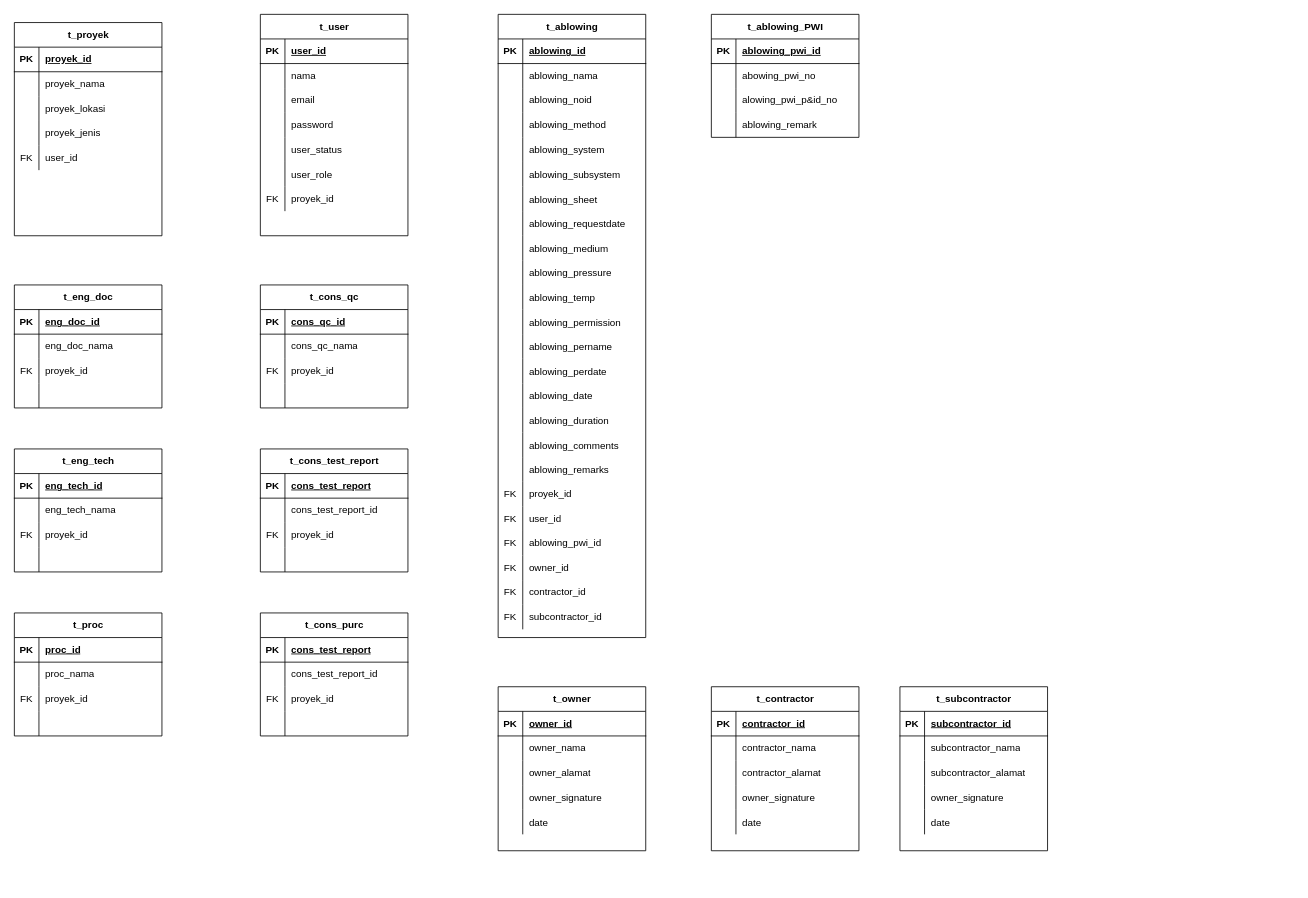
This is CommissioningWIKA.drawio from ukisatriana/Flow-serv, a draw.io file, before an edit. Source tidied: cells renumbered, new cells numbered last; positions are measured from the earlier drawing's top-left corner, leaving out a move shared by most shapes. Both pictures are drawn from the tidied source at 82%, with x=0, y=0 at pixel (14, 14).
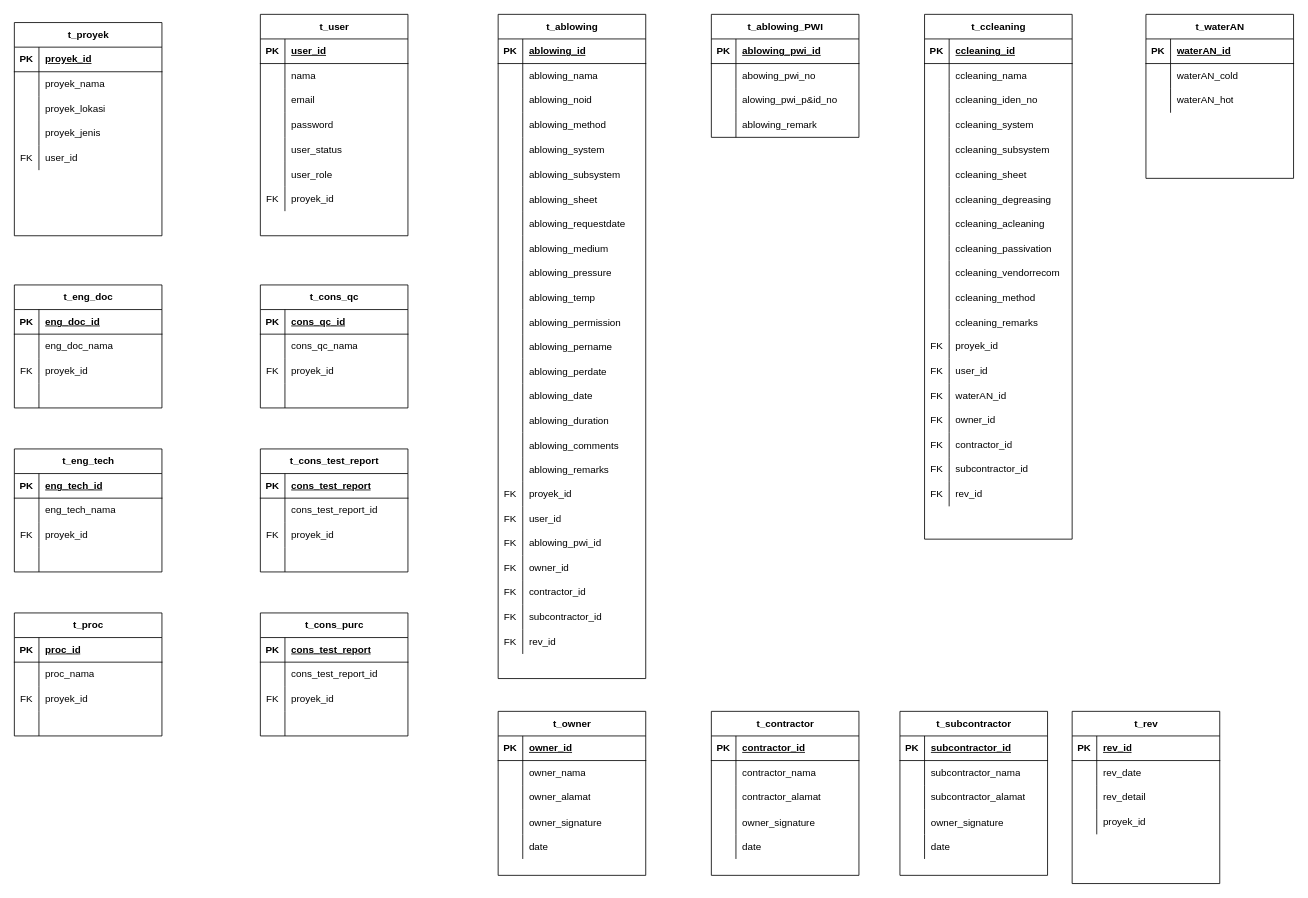
Above is the later version.

Change to the diagram source:
```diff
@@
     <mxCell id="118" value="t_ablowing" style="shape=table;startSize=30;childLayout=tableLayout;rowLines=0;fontStyle=1;align=center;html=1;" parent="1" vertex="1">
-      <mxGeometry x="590" width="180" height="760" as="geometry" />
+      <mxGeometry x="590" width="180" height="810" as="geometry" />
     </mxCell>
@@
+    <mxCell id="252" style="shape=tableRow;horizontal=0;startSize=0;swimlaneHead=0;swimlaneBody=0;fillColor=none;top=0;left=0;right=0;bottom=0;" parent="118" vertex="1">
+      <mxGeometry y="750" width="180" height="30" as="geometry" />
+    </mxCell>
+    <mxCell id="253" value="FK" style="shape=partialRectangle;fillColor=none;top=0;left=0;bottom=0;right=0;fontStyle=0;overflow=hidden;whiteSpace=wrap;html=1;" parent="252" vertex="1">
+      <mxGeometry width="30" height="30" as="geometry" />
+    </mxCell>
+    <mxCell id="254" value="rev_id" style="shape=partialRectangle;fillColor=none;top=0;left=0;bottom=0;right=0;align=left;spacingLeft=6;fontStyle=0;overflow=hidden;whiteSpace=wrap;html=1;" parent="252" vertex="1">
+      <mxGeometry x="30" width="150" height="30" as="geometry" />
+    </mxCell>
@@
     <mxCell id="204" value="t_owner" style="shape=table;startSize=30;childLayout=tableLayout;rowLines=0;fontStyle=1;align=center;html=1;" parent="1" vertex="1">
-      <mxGeometry x="590" y="820" width="180" height="200" as="geometry" />
+      <mxGeometry x="590" y="850" width="180" height="200" as="geometry" />
     </mxCell>
@@
     <mxCell id="220" value="t_contractor" style="shape=table;startSize=30;childLayout=tableLayout;rowLines=0;fontStyle=1;align=center;html=1;" parent="1" vertex="1">
-      <mxGeometry x="850" y="820" width="180" height="200" as="geometry" />
+      <mxGeometry x="850" y="850" width="180" height="200" as="geometry" />
     </mxCell>
@@
     <mxCell id="236" value="t_subcontractor" style="shape=table;startSize=30;childLayout=tableLayout;rowLines=0;fontStyle=1;align=center;html=1;" parent="1" vertex="1">
-      <mxGeometry x="1080" y="820" width="180" height="200" as="geometry" />
+      <mxGeometry x="1080" y="850" width="180" height="200" as="geometry" />
     </mxCell>
@@
+    <mxCell id="255" value="t_rev" style="shape=table;startSize=30;childLayout=tableLayout;rowLines=0;fontStyle=1;align=center;html=1;" parent="1" vertex="1">
+      <mxGeometry x="1290" y="850" width="180" height="210" as="geometry" />
+    </mxCell>
+    <mxCell id="256" style="shape=tableRow;horizontal=0;startSize=0;swimlaneHead=0;swimlaneBody=0;fillColor=none;top=0;left=0;right=0;bottom=1;" parent="255" vertex="1">
+      <mxGeometry y="30" width="180" height="30" as="geometry" />
+    </mxCell>
+    <mxCell id="257" value="PK" style="shape=partialRectangle;fillColor=none;top=0;left=0;bottom=0;right=0;fontStyle=1;overflow=hidden;whiteSpace=wrap;html=1;" parent="256" vertex="1">
+      <mxGeometry width="30" height="30" as="geometry" />
+    </mxCell>
+    <mxCell id="258" value="rev_id" style="shape=partialRectangle;fillColor=none;top=0;left=0;bottom=0;right=0;align=left;spacingLeft=6;fontStyle=5;overflow=hidden;whiteSpace=wrap;html=1;" parent="256" vertex="1">
+      <mxGeometry x="30" width="150" height="30" as="geometry" />
+    </mxCell>
+    <mxCell id="259" style="shape=tableRow;horizontal=0;startSize=0;swimlaneHead=0;swimlaneBody=0;fillColor=none;top=0;left=0;right=0;bottom=0;" parent="255" vertex="1">
+      <mxGeometry y="60" width="180" height="30" as="geometry" />
+    </mxCell>
+    <mxCell id="260" style="shape=partialRectangle;fillColor=none;top=0;left=0;bottom=0;right=0;overflow=hidden;whiteSpace=wrap;html=1;" parent="259" vertex="1">
+      <mxGeometry width="30" height="30" as="geometry" />
+    </mxCell>
+    <mxCell id="261" value="rev_date" style="shape=partialRectangle;fillColor=none;top=0;left=0;bottom=0;right=0;align=left;spacingLeft=6;overflow=hidden;whiteSpace=wrap;html=1;" parent="259" vertex="1">
+      <mxGeometry x="30" width="150" height="30" as="geometry" />
+    </mxCell>
+    <mxCell id="262" style="shape=tableRow;horizontal=0;startSize=0;swimlaneHead=0;swimlaneBody=0;fillColor=none;top=0;left=0;right=0;bottom=0;" parent="255" vertex="1">
+      <mxGeometry y="90" width="180" height="30" as="geometry" />
+    </mxCell>
+    <mxCell id="263" style="shape=partialRectangle;fillColor=none;top=0;left=0;bottom=0;right=0;overflow=hidden;whiteSpace=wrap;html=1;" parent="262" vertex="1">
+      <mxGeometry width="30" height="30" as="geometry" />
+    </mxCell>
+    <mxCell id="264" value="rev_detail" style="shape=partialRectangle;fillColor=none;top=0;left=0;bottom=0;right=0;align=left;spacingLeft=6;overflow=hidden;whiteSpace=wrap;html=1;" parent="262" vertex="1">
+      <mxGeometry x="30" width="150" height="30" as="geometry" />
+    </mxCell>
+    <mxCell id="265" style="shape=tableRow;horizontal=0;startSize=0;swimlaneHead=0;swimlaneBody=0;fillColor=none;top=0;left=0;right=0;bottom=0;" parent="255" vertex="1">
+      <mxGeometry y="120" width="180" height="30" as="geometry" />
+    </mxCell>
+    <mxCell id="266" style="shape=partialRectangle;fillColor=none;top=0;left=0;bottom=0;right=0;overflow=hidden;whiteSpace=wrap;html=1;" parent="265" vertex="1">
+      <mxGeometry width="30" height="30" as="geometry" />
+    </mxCell>
+    <mxCell id="267" value="proyek_id" style="shape=partialRectangle;fillColor=none;top=0;left=0;bottom=0;right=0;align=left;spacingLeft=6;overflow=hidden;whiteSpace=wrap;html=1;" parent="265" vertex="1">
+      <mxGeometry x="30" width="150" height="30" as="geometry" />
+    </mxCell>
+    <mxCell id="268" value="t_ccleaning" style="shape=table;startSize=30;childLayout=tableLayout;rowLines=0;fontStyle=1;align=center;html=1;" parent="1" vertex="1">
+      <mxGeometry x="1110" width="180" height="640" as="geometry" />
+    </mxCell>
+    <mxCell id="269" style="shape=tableRow;horizontal=0;startSize=0;swimlaneHead=0;swimlaneBody=0;fillColor=none;top=0;left=0;right=0;bottom=1;" parent="268" vertex="1">
+      <mxGeometry y="30" width="180" height="30" as="geometry" />
+    </mxCell>
+    <mxCell id="270" value="PK" style="shape=partialRectangle;fillColor=none;top=0;left=0;bottom=0;right=0;fontStyle=1;overflow=hidden;whiteSpace=wrap;html=1;" parent="269" vertex="1">
+      <mxGeometry width="30" height="30" as="geometry" />
+    </mxCell>
+    <mxCell id="271" value="ccleaning_id" style="shape=partialRectangle;fillColor=none;top=0;left=0;bottom=0;right=0;align=left;spacingLeft=6;fontStyle=5;overflow=hidden;whiteSpace=wrap;html=1;" parent="269" vertex="1">
+      <mxGeometry x="30" width="150" height="30" as="geometry" />
+    </mxCell>
+    <mxCell id="272" style="shape=tableRow;horizontal=0;startSize=0;swimlaneHead=0;swimlaneBody=0;fillColor=none;top=0;left=0;right=0;bottom=0;" parent="268" vertex="1">
+      <mxGeometry y="60" width="180" height="30" as="geometry" />
+    </mxCell>
+    <mxCell id="273" style="shape=partialRectangle;fillColor=none;top=0;left=0;bottom=0;right=0;overflow=hidden;whiteSpace=wrap;html=1;" parent="272" vertex="1">
+      <mxGeometry width="30" height="30" as="geometry" />
+    </mxCell>
+    <mxCell id="274" value="ccleaning_nama" style="shape=partialRectangle;fillColor=none;top=0;left=0;bottom=0;right=0;align=left;spacingLeft=6;overflow=hidden;whiteSpace=wrap;html=1;" parent="272" vertex="1">
+      <mxGeometry x="30" width="150" height="30" as="geometry" />
+    </mxCell>
+    <mxCell id="275" style="shape=tableRow;horizontal=0;startSize=0;swimlaneHead=0;swimlaneBody=0;fillColor=none;top=0;left=0;right=0;bottom=0;" parent="268" vertex="1">
+      <mxGeometry y="90" width="180" height="30" as="geometry" />
+    </mxCell>
+    <mxCell id="276" style="shape=partialRectangle;fillColor=none;top=0;left=0;bottom=0;right=0;overflow=hidden;whiteSpace=wrap;html=1;" parent="275" vertex="1">
+      <mxGeometry width="30" height="30" as="geometry" />
+    </mxCell>
+    <mxCell id="277" value="ccleaning_iden_no" style="shape=partialRectangle;fillColor=none;top=0;left=0;bottom=0;right=0;align=left;spacingLeft=6;overflow=hidden;whiteSpace=wrap;html=1;" parent="275" vertex="1">
+      <mxGeometry x="30" width="150" height="30" as="geometry" />
+    </mxCell>
+    <mxCell id="278" style="shape=tableRow;horizontal=0;startSize=0;swimlaneHead=0;swimlaneBody=0;fillColor=none;top=0;left=0;right=0;bottom=0;" parent="268" vertex="1">
+      <mxGeometry y="120" width="180" height="30" as="geometry" />
+    </mxCell>
+    <mxCell id="279" style="shape=partialRectangle;fillColor=none;top=0;left=0;bottom=0;right=0;overflow=hidden;whiteSpace=wrap;html=1;" parent="278" vertex="1">
+      <mxGeometry width="30" height="30" as="geometry" />
+    </mxCell>
+    <mxCell id="280" value="ccleaning_system" style="shape=partialRectangle;fillColor=none;top=0;left=0;bottom=0;right=0;align=left;spacingLeft=6;overflow=hidden;whiteSpace=wrap;html=1;" parent="278" vertex="1">
+      <mxGeometry x="30" width="150" height="30" as="geometry" />
+    </mxCell>
+    <mxCell id="281" style="shape=tableRow;horizontal=0;startSize=0;swimlaneHead=0;swimlaneBody=0;fillColor=none;top=0;left=0;right=0;bottom=0;" parent="268" vertex="1">
+      <mxGeometry y="150" width="180" height="30" as="geometry" />
+    </mxCell>
+    <mxCell id="282" style="shape=partialRectangle;fillColor=none;top=0;left=0;bottom=0;right=0;overflow=hidden;" parent="281" vertex="1">
+      <mxGeometry width="30" height="30" as="geometry" />
+    </mxCell>
+    <mxCell id="283" value="ccleaning_subsystem" style="shape=partialRectangle;fillColor=none;top=0;left=0;bottom=0;right=0;align=left;spacingLeft=6;overflow=hidden;" parent="281" vertex="1">
+      <mxGeometry x="30" width="150" height="30" as="geometry" />
+    </mxCell>
+    <mxCell id="284" style="shape=tableRow;horizontal=0;startSize=0;swimlaneHead=0;swimlaneBody=0;fillColor=none;top=0;left=0;right=0;bottom=0;" parent="268" vertex="1">
+      <mxGeometry y="180" width="180" height="30" as="geometry" />
+    </mxCell>
+    <mxCell id="285" style="shape=partialRectangle;fillColor=none;top=0;left=0;bottom=0;right=0;overflow=hidden;" parent="284" vertex="1">
+      <mxGeometry width="30" height="30" as="geometry" />
+    </mxCell>
+    <mxCell id="286" value="ccleaning_sheet" style="shape=partialRectangle;fillColor=none;top=0;left=0;bottom=0;right=0;align=left;spacingLeft=6;overflow=hidden;" parent="284" vertex="1">
+      <mxGeometry x="30" width="150" height="30" as="geometry" />
+    </mxCell>
+    <mxCell id="287" style="shape=tableRow;horizontal=0;startSize=0;swimlaneHead=0;swimlaneBody=0;fillColor=none;top=0;left=0;right=0;bottom=0;" parent="268" vertex="1">
+      <mxGeometry y="210" width="180" height="30" as="geometry" />
+    </mxCell>
+    <mxCell id="288" style="shape=partialRectangle;fillColor=none;top=0;left=0;bottom=0;right=0;overflow=hidden;" parent="287" vertex="1">
+      <mxGeometry width="30" height="30" as="geometry" />
+    </mxCell>
+    <mxCell id="289" value="ccleaning_degreasing" style="shape=partialRectangle;fillColor=none;top=0;left=0;bottom=0;right=0;align=left;spacingLeft=6;overflow=hidden;" parent="287" vertex="1">
+      <mxGeometry x="30" width="150" height="30" as="geometry" />
+    </mxCell>
+    <mxCell id="290" style="shape=tableRow;horizontal=0;startSize=0;swimlaneHead=0;swimlaneBody=0;fillColor=none;top=0;left=0;right=0;bottom=0;" parent="268" vertex="1">
+      <mxGeometry y="240" width="180" height="30" as="geometry" />
+    </mxCell>
+    <mxCell id="291" style="shape=partialRectangle;fillColor=none;top=0;left=0;bottom=0;right=0;overflow=hidden;" parent="290" vertex="1">
+      <mxGeometry width="30" height="30" as="geometry" />
+    </mxCell>
+    <mxCell id="292" value="ccleaning_acleaning" style="shape=partialRectangle;fillColor=none;top=0;left=0;bottom=0;right=0;align=left;spacingLeft=6;overflow=hidden;" parent="290" vertex="1">
+      <mxGeometry x="30" width="150" height="30" as="geometry" />
+    </mxCell>
+    <mxCell id="293" style="shape=tableRow;horizontal=0;startSize=0;swimlaneHead=0;swimlaneBody=0;fillColor=none;top=0;left=0;right=0;bottom=0;" parent="268" vertex="1">
+      <mxGeometry y="270" width="180" height="30" as="geometry" />
+    </mxCell>
+    <mxCell id="294" style="shape=partialRectangle;fillColor=none;top=0;left=0;bottom=0;right=0;overflow=hidden;" parent="293" vertex="1">
+      <mxGeometry width="30" height="30" as="geometry" />
+    </mxCell>
+    <mxCell id="295" value="ccleaning_passivation" style="shape=partialRectangle;fillColor=none;top=0;left=0;bottom=0;right=0;align=left;spacingLeft=6;overflow=hidden;" parent="293" vertex="1">
+      <mxGeometry x="30" width="150" height="30" as="geometry" />
+    </mxCell>
+    <mxCell id="296" style="shape=tableRow;horizontal=0;startSize=0;swimlaneHead=0;swimlaneBody=0;fillColor=none;top=0;left=0;right=0;bottom=0;" parent="268" vertex="1">
+      <mxGeometry y="300" width="180" height="30" as="geometry" />
+    </mxCell>
+    <mxCell id="297" style="shape=partialRectangle;fillColor=none;top=0;left=0;bottom=0;right=0;overflow=hidden;" parent="296" vertex="1">
+      <mxGeometry width="30" height="30" as="geometry" />
+    </mxCell>
+    <mxCell id="298" value="ccleaning_vendorrecom" style="shape=partialRectangle;fillColor=none;top=0;left=0;bottom=0;right=0;align=left;spacingLeft=6;overflow=hidden;" parent="296" vertex="1">
+      <mxGeometry x="30" width="150" height="30" as="geometry" />
+    </mxCell>
+    <mxCell id="299" style="shape=tableRow;horizontal=0;startSize=0;swimlaneHead=0;swimlaneBody=0;fillColor=none;top=0;left=0;right=0;bottom=0;" parent="268" vertex="1">
+      <mxGeometry y="330" width="180" height="30" as="geometry" />
+    </mxCell>
+    <mxCell id="300" style="shape=partialRectangle;fillColor=none;top=0;left=0;bottom=0;right=0;overflow=hidden;" parent="299" vertex="1">
+      <mxGeometry width="30" height="30" as="geometry" />
+    </mxCell>
+    <mxCell id="301" value="ccleaning_method" style="shape=partialRectangle;fillColor=none;top=0;left=0;bottom=0;right=0;align=left;spacingLeft=6;overflow=hidden;" parent="299" vertex="1">
+      <mxGeometry x="30" width="150" height="30" as="geometry" />
+    </mxCell>
+    <mxCell id="302" style="shape=tableRow;horizontal=0;startSize=0;swimlaneHead=0;swimlaneBody=0;fillColor=none;top=0;left=0;right=0;bottom=0;" parent="268" vertex="1">
+      <mxGeometry y="360" width="180" height="30" as="geometry" />
+    </mxCell>
+    <mxCell id="303" style="shape=partialRectangle;fillColor=none;top=0;left=0;bottom=0;right=0;overflow=hidden;" parent="302" vertex="1">
+      <mxGeometry width="30" height="30" as="geometry" />
+    </mxCell>
+    <mxCell id="304" value="ccleaning_remarks" style="shape=partialRectangle;fillColor=none;top=0;left=0;bottom=0;right=0;align=left;spacingLeft=6;overflow=hidden;" parent="302" vertex="1">
+      <mxGeometry x="30" width="150" height="30" as="geometry" />
+    </mxCell>
+    <mxCell id="305" style="shape=tableRow;horizontal=0;startSize=0;swimlaneHead=0;swimlaneBody=0;fillColor=none;top=0;left=0;right=0;bottom=0;" parent="268" vertex="1">
+      <mxGeometry y="390" width="180" height="30" as="geometry" />
+    </mxCell>
+    <mxCell id="306" value="FK" style="shape=partialRectangle;fillColor=none;top=0;left=0;bottom=0;right=0;fontStyle=0;overflow=hidden;whiteSpace=wrap;html=1;" parent="305" vertex="1">
+      <mxGeometry width="30" height="30" as="geometry" />
+    </mxCell>
+    <mxCell id="307" value="proyek_id" style="shape=partialRectangle;fillColor=none;top=0;left=0;bottom=0;right=0;align=left;spacingLeft=6;fontStyle=0;overflow=hidden;whiteSpace=wrap;html=1;" parent="305" vertex="1">
+      <mxGeometry x="30" width="150" height="30" as="geometry" />
+    </mxCell>
+    <mxCell id="308" style="shape=tableRow;horizontal=0;startSize=0;swimlaneHead=0;swimlaneBody=0;fillColor=none;top=0;left=0;right=0;bottom=0;" parent="268" vertex="1">
+      <mxGeometry y="420" width="180" height="30" as="geometry" />
+    </mxCell>
+    <mxCell id="309" value="FK" style="shape=partialRectangle;fillColor=none;top=0;left=0;bottom=0;right=0;fontStyle=0;overflow=hidden;whiteSpace=wrap;html=1;" parent="308" vertex="1">
+      <mxGeometry width="30" height="30" as="geometry" />
+    </mxCell>
+    <mxCell id="310" value="user_id" style="shape=partialRectangle;fillColor=none;top=0;left=0;bottom=0;right=0;align=left;spacingLeft=6;fontStyle=0;overflow=hidden;whiteSpace=wrap;html=1;" parent="308" vertex="1">
+      <mxGeometry x="30" width="150" height="30" as="geometry" />
+    </mxCell>
+    <mxCell id="311" style="shape=tableRow;horizontal=0;startSize=0;swimlaneHead=0;swimlaneBody=0;fillColor=none;top=0;left=0;right=0;bottom=0;" parent="268" vertex="1">
+      <mxGeometry y="450" width="180" height="30" as="geometry" />
+    </mxCell>
+    <mxCell id="312" value="FK" style="shape=partialRectangle;fillColor=none;top=0;left=0;bottom=0;right=0;fontStyle=0;overflow=hidden;whiteSpace=wrap;html=1;" parent="311" vertex="1">
+      <mxGeometry width="30" height="30" as="geometry" />
+    </mxCell>
+    <mxCell id="313" value="waterAN_id" style="shape=partialRectangle;fillColor=none;top=0;left=0;bottom=0;right=0;align=left;spacingLeft=6;fontStyle=0;overflow=hidden;whiteSpace=wrap;html=1;" parent="311" vertex="1">
+      <mxGeometry x="30" width="150" height="30" as="geometry" />
+    </mxCell>
+    <mxCell id="314" style="shape=tableRow;horizontal=0;startSize=0;swimlaneHead=0;swimlaneBody=0;fillColor=none;top=0;left=0;right=0;bottom=0;" parent="268" vertex="1">
+      <mxGeometry y="480" width="180" height="30" as="geometry" />
+    </mxCell>
+    <mxCell id="315" value="FK" style="shape=partialRectangle;fillColor=none;top=0;left=0;bottom=0;right=0;fontStyle=0;overflow=hidden;whiteSpace=wrap;html=1;" parent="314" vertex="1">
+      <mxGeometry width="30" height="30" as="geometry" />
+    </mxCell>
+    <mxCell id="316" value="owner_id" style="shape=partialRectangle;fillColor=none;top=0;left=0;bottom=0;right=0;align=left;spacingLeft=6;fontStyle=0;overflow=hidden;whiteSpace=wrap;html=1;" parent="314" vertex="1">
+      <mxGeometry x="30" width="150" height="30" as="geometry" />
+    </mxCell>
+    <mxCell id="317" style="shape=tableRow;horizontal=0;startSize=0;swimlaneHead=0;swimlaneBody=0;fillColor=none;top=0;left=0;right=0;bottom=0;" parent="268" vertex="1">
+      <mxGeometry y="510" width="180" height="30" as="geometry" />
+    </mxCell>
+    <mxCell id="318" value="FK" style="shape=partialRectangle;fillColor=none;top=0;left=0;bottom=0;right=0;fontStyle=0;overflow=hidden;whiteSpace=wrap;html=1;" parent="317" vertex="1">
+      <mxGeometry width="30" height="30" as="geometry" />
+    </mxCell>
+    <mxCell id="319" value="contractor_id" style="shape=partialRectangle;fillColor=none;top=0;left=0;bottom=0;right=0;align=left;spacingLeft=6;fontStyle=0;overflow=hidden;whiteSpace=wrap;html=1;" parent="317" vertex="1">
+      <mxGeometry x="30" width="150" height="30" as="geometry" />
+    </mxCell>
+    <mxCell id="320" style="shape=tableRow;horizontal=0;startSize=0;swimlaneHead=0;swimlaneBody=0;fillColor=none;top=0;left=0;right=0;bottom=0;" parent="268" vertex="1">
+      <mxGeometry y="540" width="180" height="30" as="geometry" />
+    </mxCell>
+    <mxCell id="321" value="FK" style="shape=partialRectangle;fillColor=none;top=0;left=0;bottom=0;right=0;fontStyle=0;overflow=hidden;whiteSpace=wrap;html=1;" parent="320" vertex="1">
+      <mxGeometry width="30" height="30" as="geometry" />
+    </mxCell>
+    <mxCell id="322" value="subcontractor_id" style="shape=partialRectangle;fillColor=none;top=0;left=0;bottom=0;right=0;align=left;spacingLeft=6;fontStyle=0;overflow=hidden;whiteSpace=wrap;html=1;" parent="320" vertex="1">
+      <mxGeometry x="30" width="150" height="30" as="geometry" />
+    </mxCell>
+    <mxCell id="323" style="shape=tableRow;horizontal=0;startSize=0;swimlaneHead=0;swimlaneBody=0;fillColor=none;top=0;left=0;right=0;bottom=0;" parent="268" vertex="1">
+      <mxGeometry y="570" width="180" height="30" as="geometry" />
+    </mxCell>
+    <mxCell id="324" value="FK" style="shape=partialRectangle;fillColor=none;top=0;left=0;bottom=0;right=0;fontStyle=0;overflow=hidden;whiteSpace=wrap;html=1;" parent="323" vertex="1">
+      <mxGeometry width="30" height="30" as="geometry" />
+    </mxCell>
+    <mxCell id="325" value="rev_id" style="shape=partialRectangle;fillColor=none;top=0;left=0;bottom=0;right=0;align=left;spacingLeft=6;fontStyle=0;overflow=hidden;whiteSpace=wrap;html=1;" parent="323" vertex="1">
+      <mxGeometry x="30" width="150" height="30" as="geometry" />
+    </mxCell>
+    <mxCell id="326" value="t_waterAN" style="shape=table;startSize=30;childLayout=tableLayout;rowLines=0;fontStyle=1;align=center;html=1;" parent="1" vertex="1">
+      <mxGeometry x="1380" width="180" height="200" as="geometry" />
+    </mxCell>
+    <mxCell id="327" style="shape=tableRow;horizontal=0;startSize=0;swimlaneHead=0;swimlaneBody=0;fillColor=none;top=0;left=0;right=0;bottom=1;" parent="326" vertex="1">
+      <mxGeometry y="30" width="180" height="30" as="geometry" />
+    </mxCell>
+    <mxCell id="328" value="PK" style="shape=partialRectangle;fillColor=none;top=0;left=0;bottom=0;right=0;fontStyle=1;overflow=hidden;whiteSpace=wrap;html=1;" parent="327" vertex="1">
+      <mxGeometry width="30" height="30" as="geometry" />
+    </mxCell>
+    <mxCell id="329" value="waterAN_id" style="shape=partialRectangle;fillColor=none;top=0;left=0;bottom=0;right=0;align=left;spacingLeft=6;fontStyle=5;overflow=hidden;whiteSpace=wrap;html=1;" parent="327" vertex="1">
+      <mxGeometry x="30" width="150" height="30" as="geometry" />
+    </mxCell>
+    <mxCell id="330" style="shape=tableRow;horizontal=0;startSize=0;swimlaneHead=0;swimlaneBody=0;fillColor=none;top=0;left=0;right=0;bottom=0;" parent="326" vertex="1">
+      <mxGeometry y="60" width="180" height="30" as="geometry" />
+    </mxCell>
+    <mxCell id="331" style="shape=partialRectangle;fillColor=none;top=0;left=0;bottom=0;right=0;overflow=hidden;whiteSpace=wrap;html=1;" parent="330" vertex="1">
+      <mxGeometry width="30" height="30" as="geometry" />
+    </mxCell>
+    <mxCell id="332" value="waterAN_cold" style="shape=partialRectangle;fillColor=none;top=0;left=0;bottom=0;right=0;align=left;spacingLeft=6;overflow=hidden;whiteSpace=wrap;html=1;" parent="330" vertex="1">
+      <mxGeometry x="30" width="150" height="30" as="geometry" />
+    </mxCell>
+    <mxCell id="333" style="shape=tableRow;horizontal=0;startSize=0;swimlaneHead=0;swimlaneBody=0;fillColor=none;top=0;left=0;right=0;bottom=0;" parent="326" vertex="1">
+      <mxGeometry y="90" width="180" height="30" as="geometry" />
+    </mxCell>
+    <mxCell id="334" style="shape=partialRectangle;fillColor=none;top=0;left=0;bottom=0;right=0;overflow=hidden;whiteSpace=wrap;html=1;" parent="333" vertex="1">
+      <mxGeometry width="30" height="30" as="geometry" />
+    </mxCell>
+    <mxCell id="335" value="waterAN_hot" style="shape=partialRectangle;fillColor=none;top=0;left=0;bottom=0;right=0;align=left;spacingLeft=6;overflow=hidden;whiteSpace=wrap;html=1;" parent="333" vertex="1">
+      <mxGeometry x="30" width="150" height="30" as="geometry" />
+    </mxCell>
```
